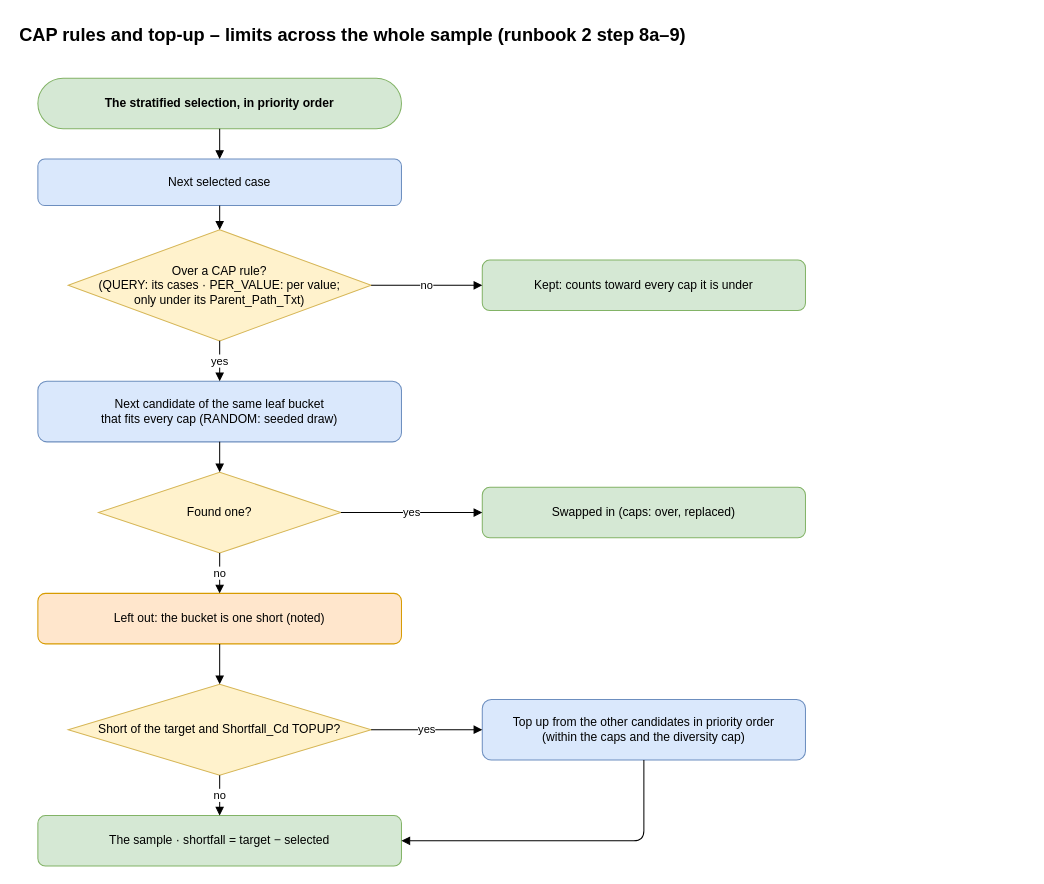
Before: airflow_resources/docs/diagrams/pages/05_caps_and_top_up.drawio in trinathgundavaram/sampling, a draw.io diagram. Source tidied: cells renumbered, new cells numbered last; positions are measured from the earlier drawing's top-left corner, leaving out a move shared by most shapes. Both pictures are drawn from the tidied source at 101%, with x=0, y=0 at pixel (17, 17).
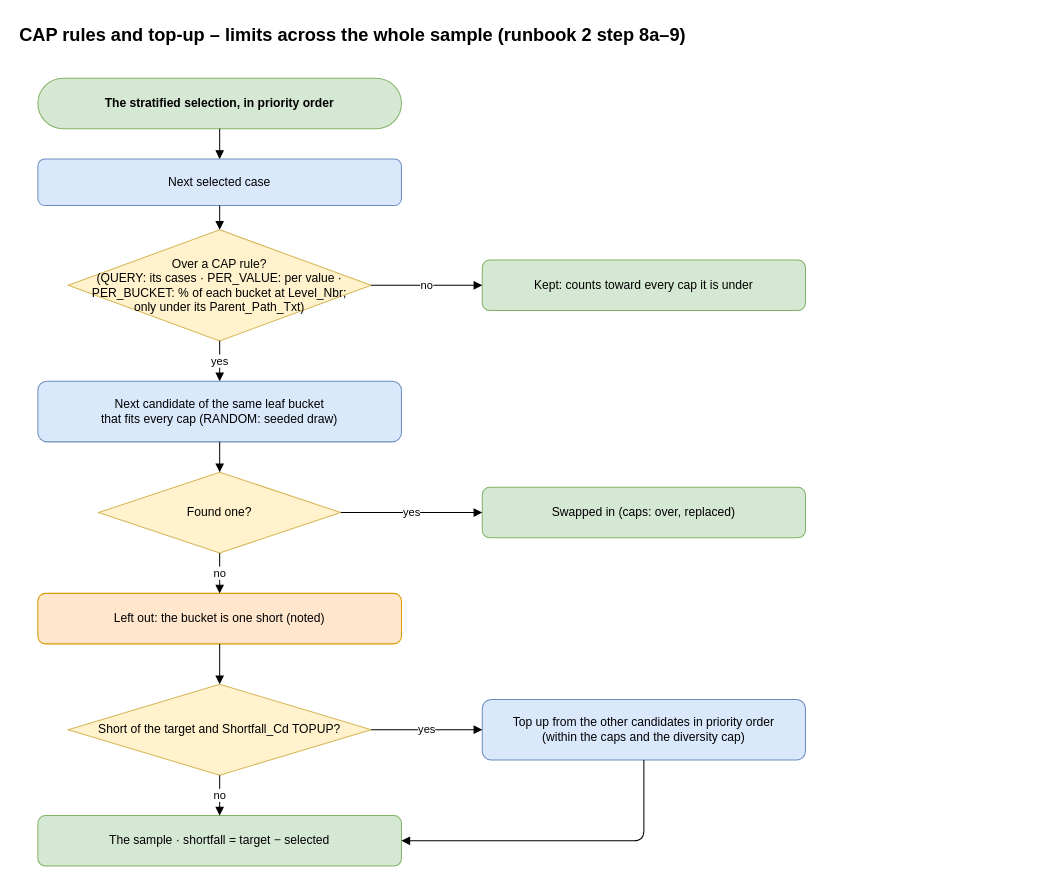
The same page after the edit.

Commit message (it also covers changes not shown here):
Cap expedited cases at 75 % of each bucket, not of the whole sample

Diff of the diagram source:
```diff
@@
-    <mxCell id="5" value="Over a CAP rule?&lt;br&gt;(QUERY: its cases · PER_VALUE: per value;&lt;br&gt;only under its Parent_Path_Txt)" style="rhombus;whiteSpace=wrap;html=1;fillColor=#fff2cc;strokeColor=#d6b656;" parent="1" vertex="1">
+    <mxCell id="5" value="Over a CAP rule?&lt;br&gt;(QUERY: its cases · PER_VALUE: per value ·&lt;br&gt;PER_BUCKET: % of each bucket at Level_Nbr;&lt;br&gt;only under its Parent_Path_Txt)" style="rhombus;whiteSpace=wrap;html=1;fillColor=#fff2cc;strokeColor=#d6b656;" parent="1" vertex="1">
       <mxGeometry x="50" y="210" width="300" height="110" as="geometry" />
     </mxCell>
```
